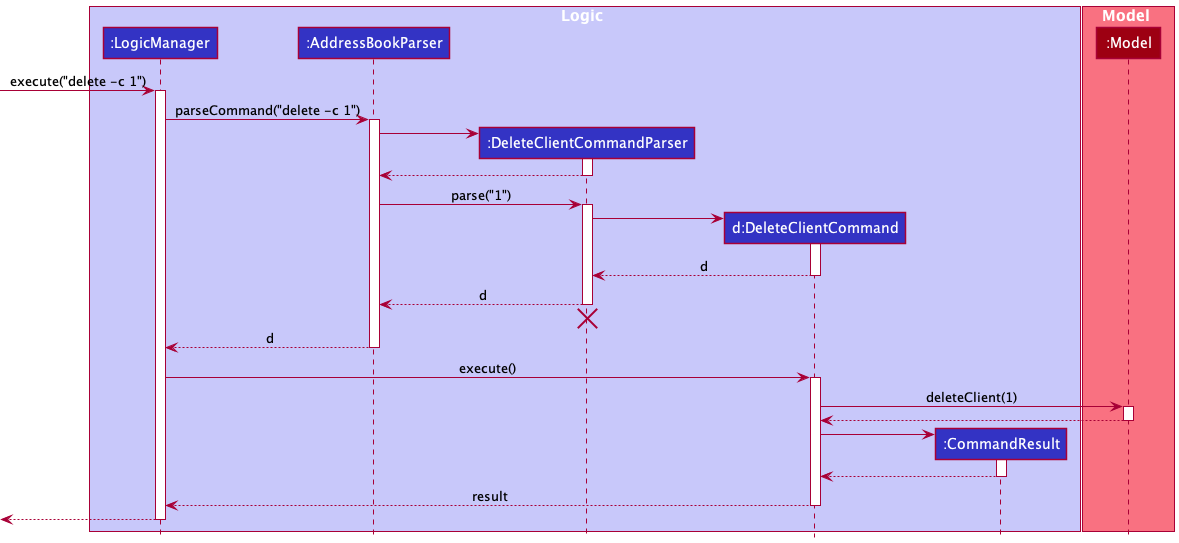
Before: docs/images/DeleteClientSequenceDiagram.png, a diagram exported from PlantUML (nus-cs2103-AY2122S1/tp).
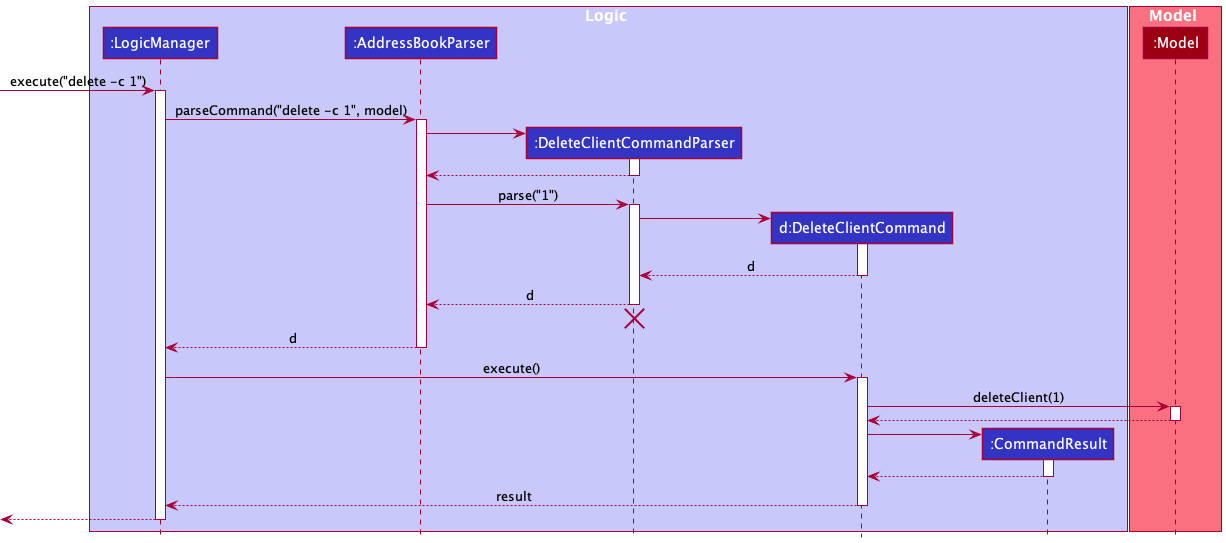
After the change.

What changed in the source:
```diff
@@ -16,7 +16,7 @@
 [-> LogicManager : execute("delete -c 1")
 activate LogicManager
 
-LogicManager -> AddressBookParser : parseCommand("delete -c 1")
+LogicManager -> AddressBookParser : parseCommand("delete -c 1", model)
 activate AddressBookParser
 
 create DeleteClientCommandParser
```
